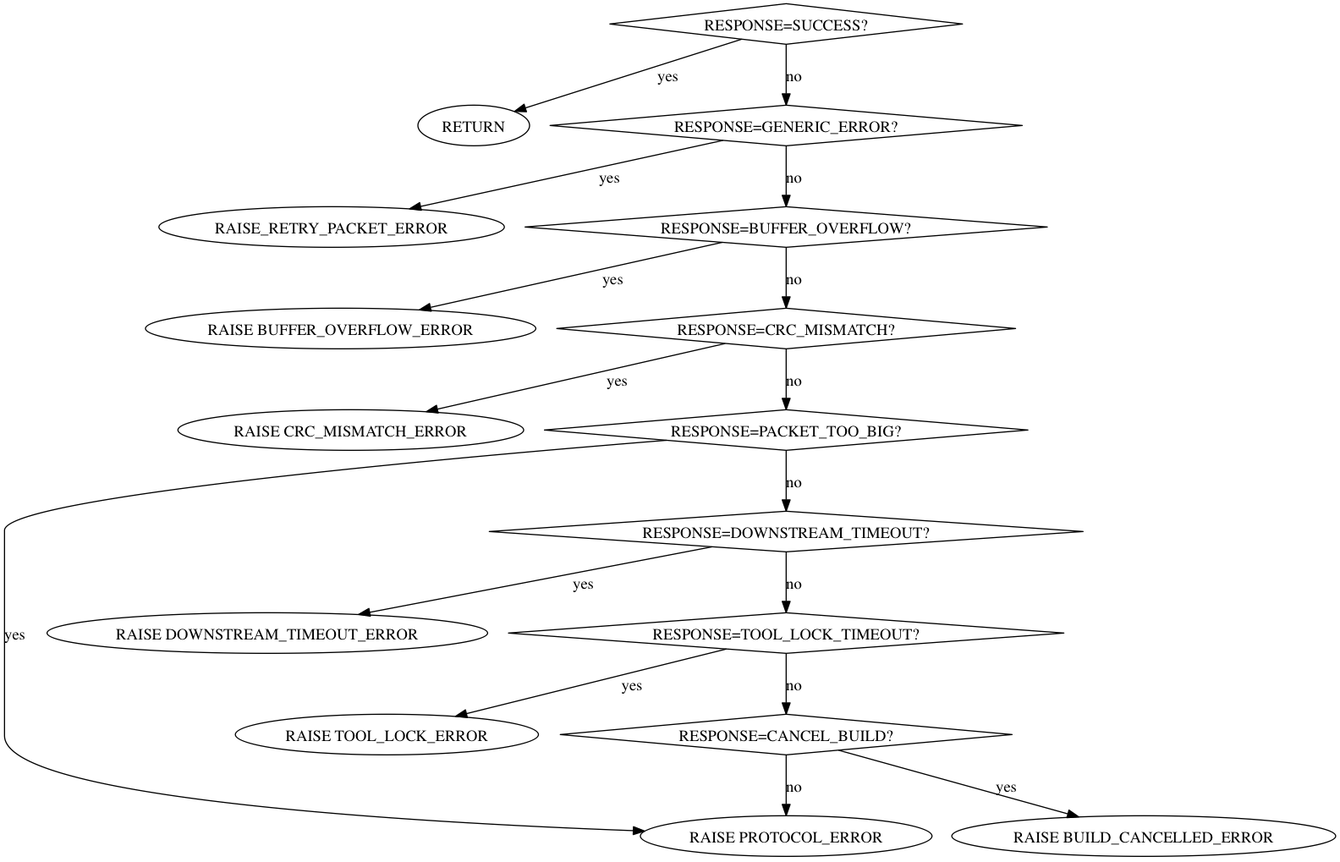
Above: doc/CheckResponseCode.png in okeefm/s3g (Graphviz), before the change. Its source is kept beside it as doc/CheckResponseCode.dot.
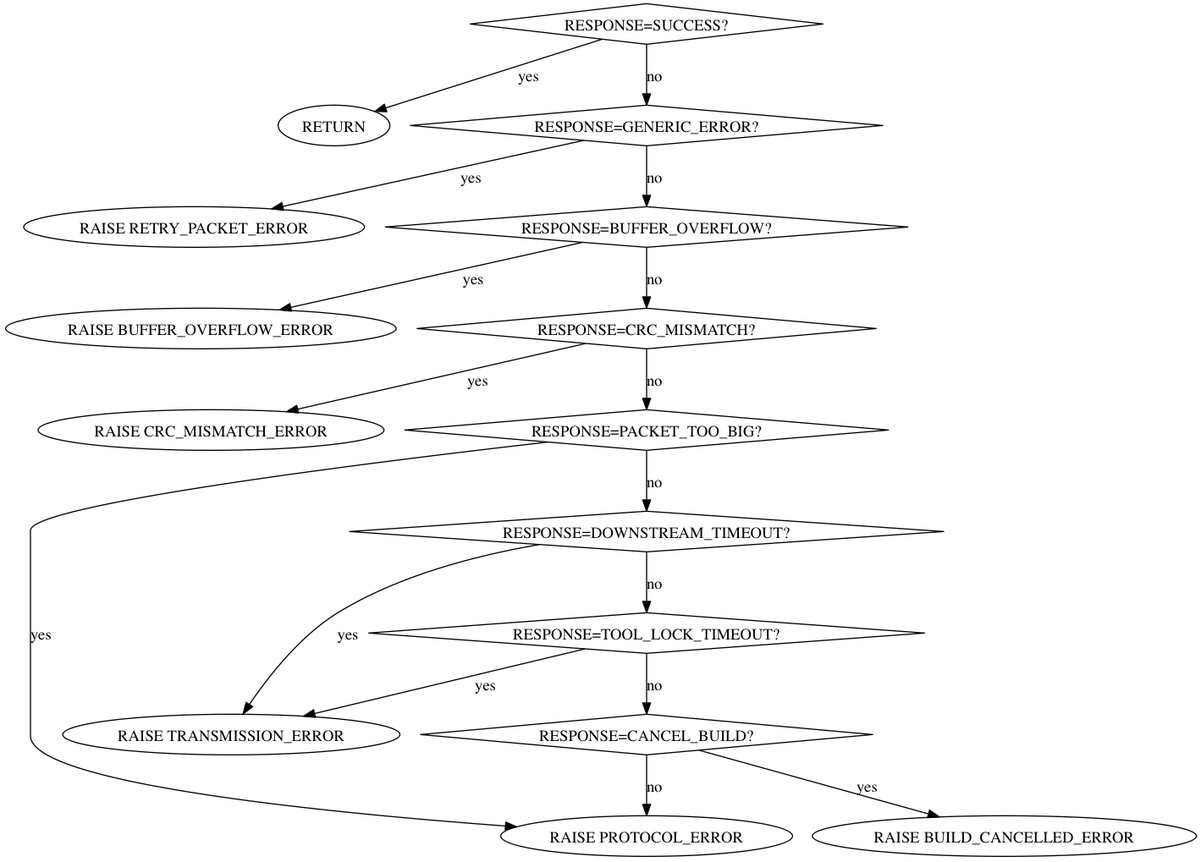
The same diagram one commit later.

Commit message:
DownstreamTimeout and Tool Lock errors are now TransmissionErrors

The edit, as a diff of the source:
```diff
@@ -8,7 +8,7 @@
   "RESPONSE=SUCCESS?" -> "RESPONSE=GENERIC_ERROR?" [label="no", weight=10];
 
   "RESPONSE=GENERIC_ERROR?" [shape=diamond];
-  "RESPONSE=GENERIC_ERROR?" -> "RAISE_RETRY_PACKET_ERROR" [label="yes"];
+  "RESPONSE=GENERIC_ERROR?" -> "RAISE RETRY_PACKET_ERROR" [label="yes"];
   "RESPONSE=GENERIC_ERROR?" -> "RESPONSE=BUFFER_OVERFLOW?" [label="no", weight=10];
 
   "RESPONSE=BUFFER_OVERFLOW?" [shape=diamond];
@@ -24,11 +24,11 @@
   "RESPONSE=PACKET_TOO_BIG?" -> "RESPONSE=DOWNSTREAM_TIMEOUT?" [label="no", weight=10];
 
   "RESPONSE=DOWNSTREAM_TIMEOUT?" [shape=diamond];
-  "RESPONSE=DOWNSTREAM_TIMEOUT?" -> "RAISE DOWNSTREAM_TIMEOUT_ERROR" [label="yes"];
+  "RESPONSE=DOWNSTREAM_TIMEOUT?" -> "RAISE TRANSMISSION_ERROR" [label="yes"];
   "RESPONSE=DOWNSTREAM_TIMEOUT?" -> "RESPONSE=TOOL_LOCK_TIMEOUT?" [label="no", weight=10];
 
   "RESPONSE=TOOL_LOCK_TIMEOUT?" [shape=diamond];
-  "RESPONSE=TOOL_LOCK_TIMEOUT?" -> "RAISE TOOL_LOCK_ERROR" [label="yes"];
+  "RESPONSE=TOOL_LOCK_TIMEOUT?" -> "RAISE TRANSMISSION_ERROR" [label="yes"];
   "RESPONSE=TOOL_LOCK_TIMEOUT?" -> "RESPONSE=CANCEL_BUILD?" [label="no", weight=10];
 
   "RESPONSE=CANCEL_BUILD?" [shape=diamond];
```
